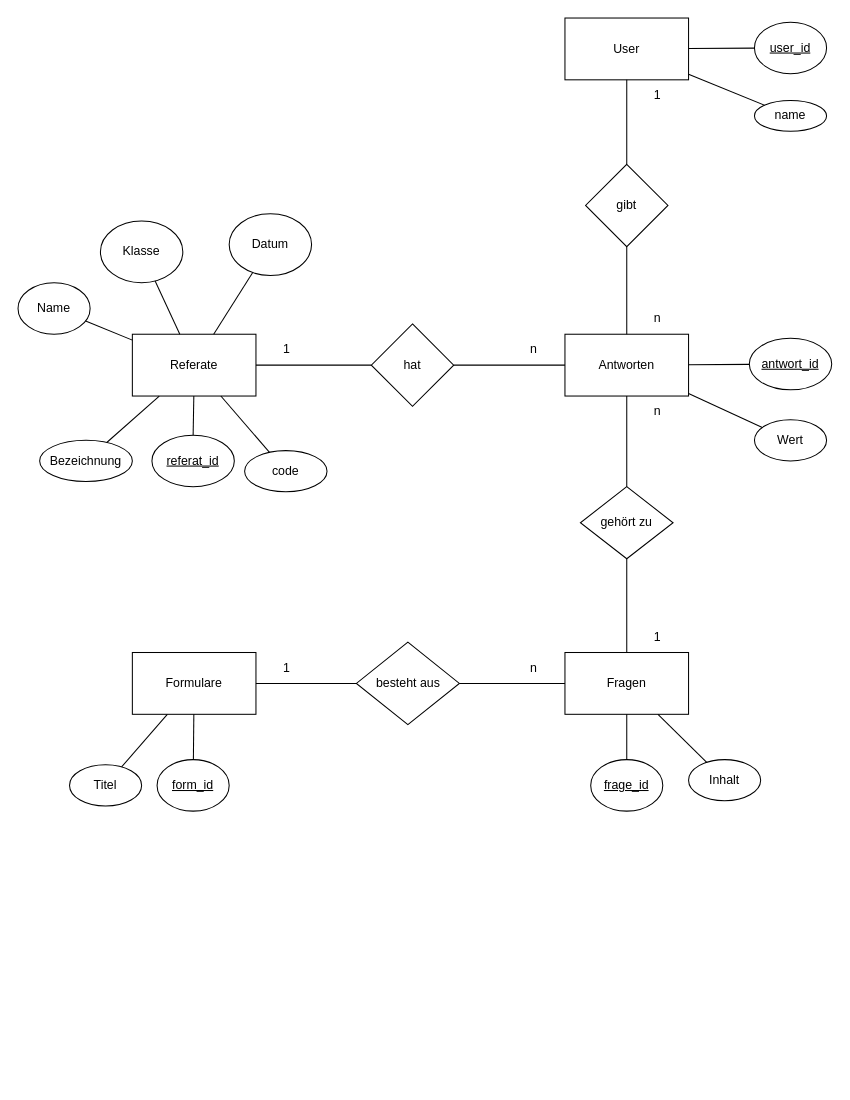
The draw.io diagram db/ER.drawio in Frogrhino/presentation-evaluation, before the edit. Source tidied: cells renumbered, new cells numbered last; positions are measured from the earlier drawing's top-left corner, leaving out a move shared by most shapes. Both pictures are drawn from the tidied source at 103%, with x=0, y=0 at pixel (18, 18).
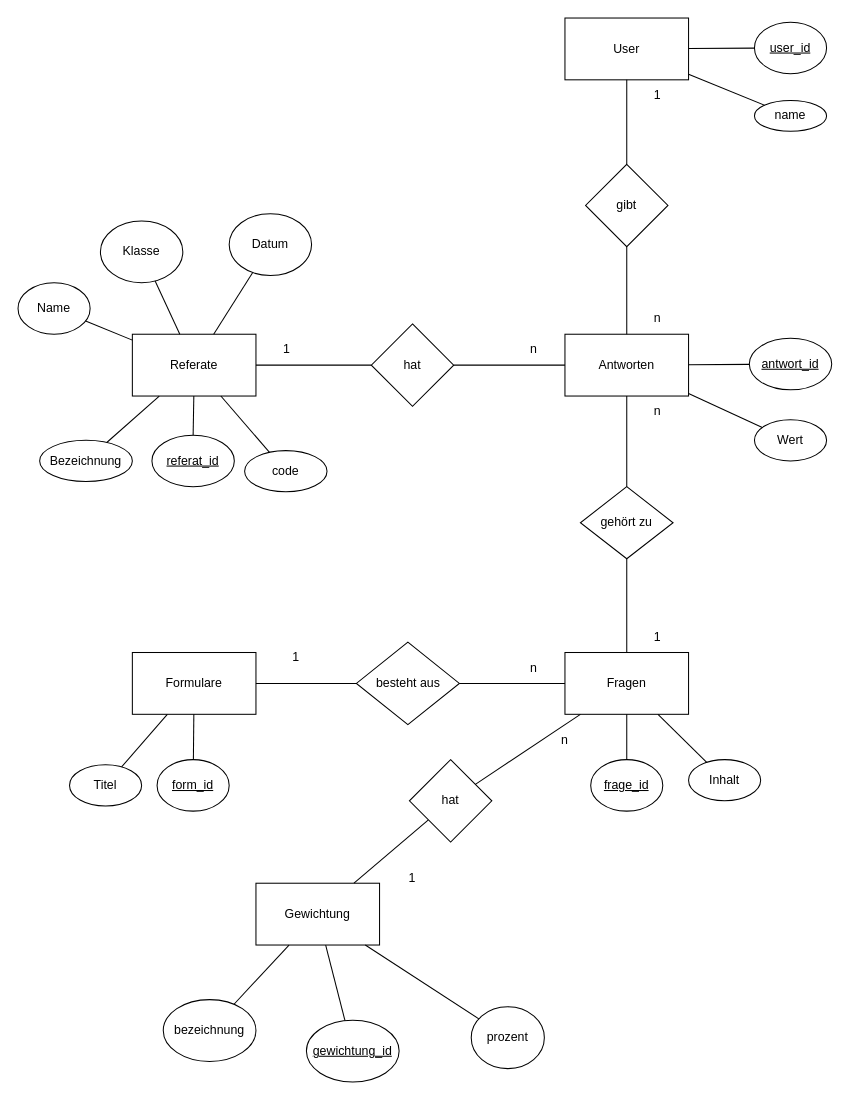
Above is the later version.

Unchanged cells that the change refers to:
```xml
<mxCell id="5" value="Fragen" style="rounded=0;whiteSpace=wrap;html=1;" parent="1" vertex="1">
  <mxGeometry x="531" y="616" width="120" height="60" as="geometry" />
</mxCell>
```

What changed in the source:
```diff
@@
     <mxCell id="19" value="1" style="text;html=1;strokeColor=none;fillColor=none;align=center;verticalAlign=middle;whiteSpace=wrap;rounded=0;" parent="1" vertex="1">
-      <mxGeometry x="231" y="616" width="60" height="30" as="geometry" />
+      <mxGeometry x="240" y="606" width="60" height="30" as="geometry" />
     </mxCell>
@@
+    <mxCell id="55" value="Gewichtung" style="rounded=0;whiteSpace=wrap;html=1;" parent="1" vertex="1">
+      <mxGeometry x="231" y="840" width="120" height="60" as="geometry" />
+    </mxCell>
+    <mxCell id="56" value="&lt;u&gt;gewichtung_id&lt;/u&gt;" style="ellipse;whiteSpace=wrap;html=1;" parent="1" vertex="1">
+      <mxGeometry x="280" y="973" width="90" height="60" as="geometry" />
+    </mxCell>
+    <mxCell id="57" value="bezeichnung" style="ellipse;whiteSpace=wrap;html=1;" parent="1" vertex="1">
+      <mxGeometry x="141" y="953" width="90" height="60" as="geometry" />
+    </mxCell>
+    <mxCell id="58" value="prozent" style="ellipse;whiteSpace=wrap;html=1;" parent="1" vertex="1">
+      <mxGeometry x="440" y="960" width="71" height="60" as="geometry" />
+    </mxCell>
+    <mxCell id="59" style="endArrow=none;html=1;rounded=0;" parent="1" edge="1" source="55" target="57">
+      <mxGeometry relative="1" as="geometry" />
+    </mxCell>
+    <mxCell id="60" style="endArrow=none;html=1;rounded=0;" parent="1" edge="1" source="55" target="56">
+      <mxGeometry relative="1" as="geometry" />
+    </mxCell>
+    <mxCell id="61" style="endArrow=none;html=1;rounded=0;" parent="1" edge="1" source="55" target="58">
+      <mxGeometry relative="1" as="geometry" />
+    </mxCell>
+    <mxCell id="62" style="endArrow=none;html=1;rounded=0;" parent="1" edge="1" source="55" target="65">
+      <mxGeometry relative="1" as="geometry" />
+    </mxCell>
+    <mxCell id="63" value="n" style="text;html=1;strokeColor=none;fillColor=none;align=center;verticalAlign=middle;whiteSpace=wrap;rounded=0;" parent="1" vertex="1">
+      <mxGeometry x="501" y="686" width="60" height="30" as="geometry" />
+    </mxCell>
+    <mxCell id="64" value="1" style="text;html=1;strokeColor=none;fillColor=none;align=center;verticalAlign=middle;whiteSpace=wrap;rounded=0;" parent="1" vertex="1">
+      <mxGeometry x="353" y="820" width="60" height="30" as="geometry" />
+    </mxCell>
+    <mxCell id="65" value="hat" style="rhombus;whiteSpace=wrap;html=1;" parent="1" vertex="1">
+      <mxGeometry x="380" y="720" width="80" height="80" as="geometry" />
+    </mxCell>
+    <mxCell id="66" style="endArrow=none;html=1;rounded=0;" parent="1" edge="1" source="65" target="5">
+      <mxGeometry relative="1" as="geometry" />
+    </mxCell>
```
